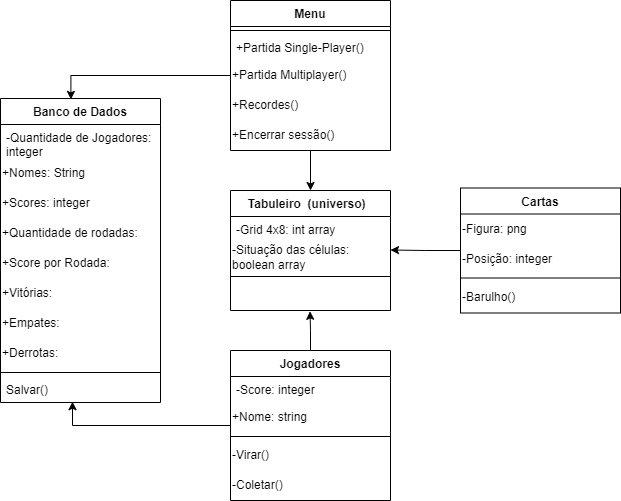
Before: Diagrama de Classes.drawio.png, a diagram exported from draw.io (FelipeRibeirooo/Entrega-03-OO-UML). Source tidied: cells renumbered, new cells last; positions are measured from the earlier drawing's top-left corner, leaving out a move shared by most shapes.
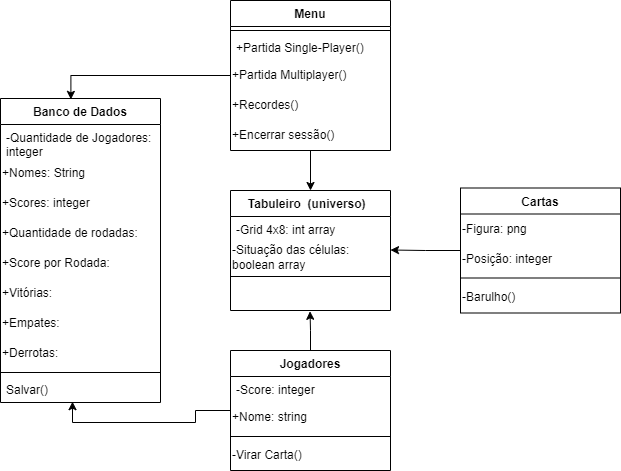
After the change.

Change to the diagram source:
```diff
@@ -18,7 +18,7 @@
       <mxGeometry y="90" width="160" height="30" as="geometry" />
     </mxCell>
     <mxCell id="7" value="Jogadores" style="swimlane;fontStyle=1;align=center;verticalAlign=top;horizontal=1;startSize=26;rounded=0;shadow=0;strokeWidth=1;" parent="1" vertex="1">
-      <mxGeometry x="230" y="350" width="160" height="150" as="geometry" />
+      <mxGeometry x="230" y="350" width="160" height="120" as="geometry" />
     </mxCell>
     <mxCell id="8" value="-Score: integer" style="text;align=left;verticalAlign=top;spacingLeft=4;spacingRight=4;overflow=hidden;" parent="7" vertex="1">
       <mxGeometry y="26" width="160" height="26" as="geometry" />
@@ -29,12 +29,9 @@
     <mxCell id="10" style="line;html=1;strokeWidth=1;align=left;verticalAlign=middle;spacingTop=-1;spacingLeft=3;spacingRight=3;labelPosition=right;" parent="7" vertex="1">
       <mxGeometry y="82" width="160" height="8" as="geometry" />
     </mxCell>
-    <mxCell id="11" value="-Virar()" style="text;html=1;align=left;verticalAlign=middle;strokeColor=none;fillColor=none;" parent="7" vertex="1">
+    <mxCell id="11" value="-Virar Carta()" style="text;html=1;align=left;verticalAlign=middle;strokeColor=none;fillColor=none;" parent="7" vertex="1">
       <mxGeometry y="90" width="160" height="30" as="geometry" />
     </mxCell>
-    <mxCell id="12" value="-Coletar()" style="text;html=1;align=left;verticalAlign=middle;strokeColor=none;fillColor=none;" parent="7" vertex="1">
-      <mxGeometry y="120" width="160" height="30" as="geometry" />
-    </mxCell>
     <mxCell id="13" style="edgeStyle=orthogonalEdgeStyle;rounded=0;jettySize=auto;html=1;entryX=1;entryY=0.25;entryDx=0;entryDy=0;" parent="1" edge="1" source="14" target="4">
       <mxGeometry relative="1" as="geometry" />
     </mxCell>
```
